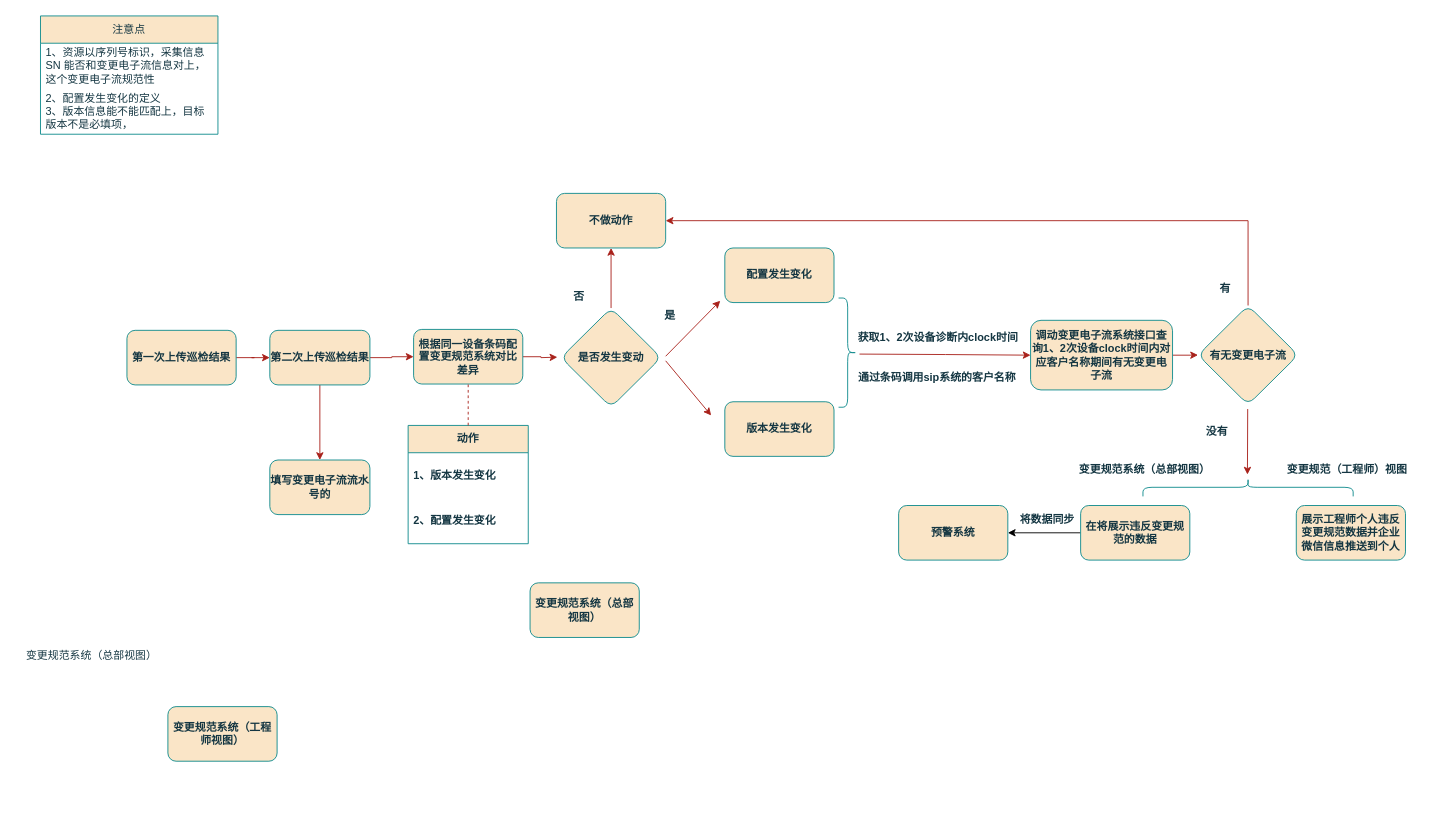
Above: page "规范检查系统" (6 of 9) of 未命名绘图.drawio in linglingoo/liucheng2 (draw.io), before the change. Source tidied: cells renumbered, new cells numbered last; positions are measured from the earlier drawing's top-left corner, leaving out a move shared by most shapes. Both pictures are drawn from the tidied source at 91%, with x=0, y=0 at pixel (15, 15).
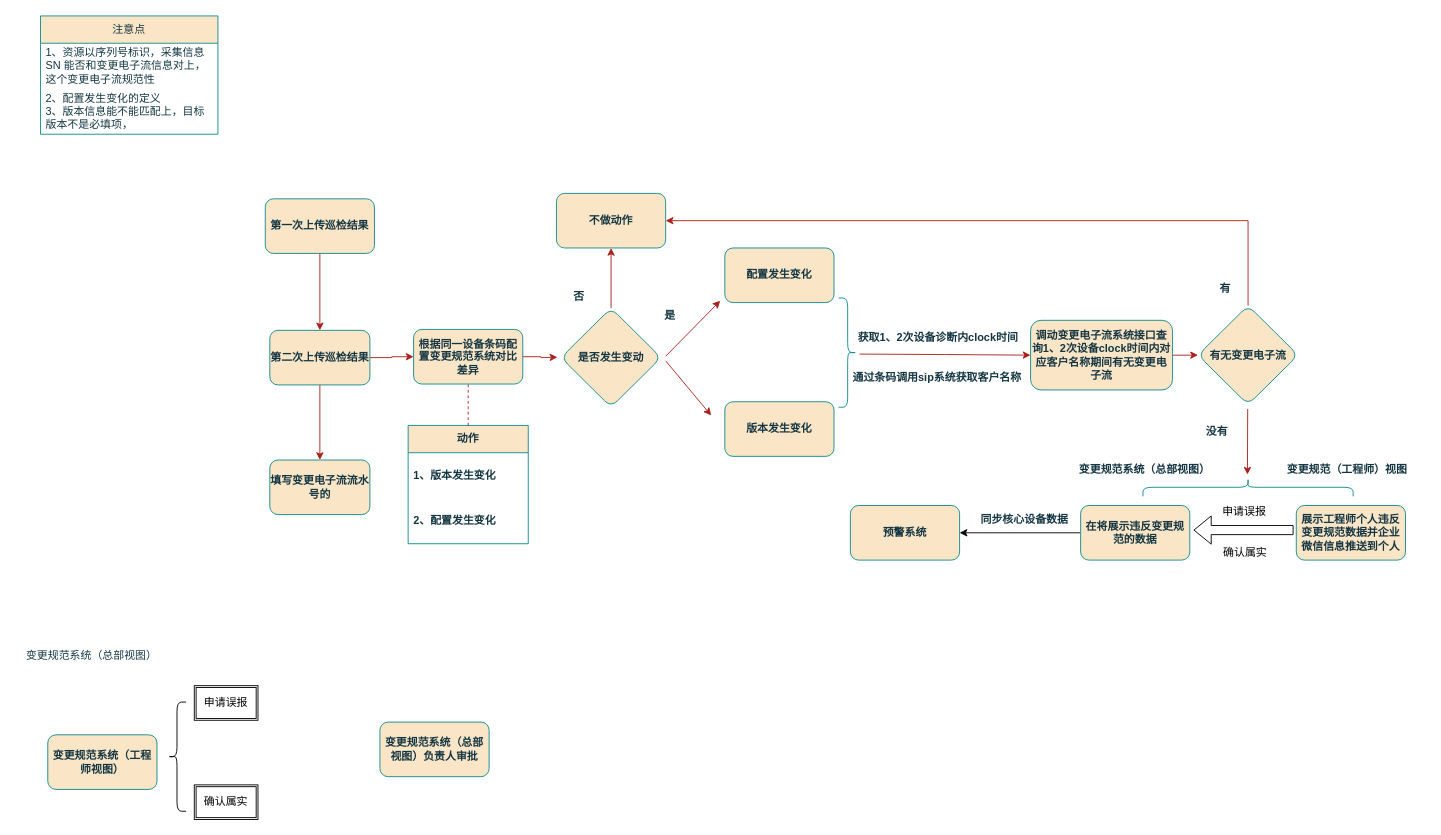
Above is the later version.

Commit message:
更新未命名绘图.drawio

Unchanged cells that the change refers to:
```xml
<mxCell id="6" value="第二次上传巡检结果" style="rounded=1;whiteSpace=wrap;html=1;fontStyle=1;labelBackgroundColor=none;fillColor=#FAE5C7;strokeColor=#0F8B8D;fontColor=#143642;" parent="1" vertex="1">
  <mxGeometry x="279" y="345.5" width="110" height="60" as="geometry" />
</mxCell>
```

What changed in the source:
```diff
@@
     <mxCell id="2" style="edgeStyle=orthogonalEdgeStyle;rounded=0;jettySize=auto;html=1;exitX=1;exitY=0.5;exitDx=0;exitDy=0;fontStyle=1;fontColor=default;labelBackgroundColor=none;strokeColor=#A8201A;" parent="1" edge="1" source="3" target="6">
-      <mxGeometry relative="1" as="geometry" />
+      <mxGeometry relative="1" as="geometry">
+        <Array as="points">
+          <mxPoint x="334" y="231" />
+        </Array>
+      </mxGeometry>
     </mxCell>
     <mxCell id="3" value="第一次上传巡检结果" style="rounded=1;whiteSpace=wrap;html=1;fontStyle=1;labelBackgroundColor=none;fillColor=#FAE5C7;strokeColor=#0F8B8D;fontColor=#143642;" parent="1" vertex="1">
-      <mxGeometry x="122" y="345.5" width="120" height="60" as="geometry" />
+      <mxGeometry x="274" y="201" width="120" height="60" as="geometry" />
     </mxCell>
@@
-    <mxCell id="34" value="通过条码调用sip系统的客户名称" style="text;html=1;align=center;verticalAlign=middle;fontStyle=1;labelBackgroundColor=none;fontColor=#143642;" parent="1" vertex="1">
-      <mxGeometry x="916" y="385" width="191" height="26" as="geometry" />
+    <mxCell id="34" value="通过条码调用sip系统获取客户名称" style="text;html=1;align=center;verticalAlign=middle;fontStyle=1;labelBackgroundColor=none;fontColor=#143642;" parent="1" vertex="1">
+      <mxGeometry x="910" y="385" width="203" height="26" as="geometry" />
     </mxCell>
@@
-    <mxCell id="44" value="变更规范系统（总部视图）" style="rounded=1;whiteSpace=wrap;html=1;fontStyle=1;labelBackgroundColor=none;fillColor=#FAE5C7;strokeColor=#0F8B8D;fontColor=#143642;" parent="1" vertex="1">
-      <mxGeometry x="565" y="623" width="120" height="60" as="geometry" />
+    <mxCell id="44" value="变更规范系统（总部视图）负责人审批" style="rounded=1;whiteSpace=wrap;html=1;fontStyle=1;labelBackgroundColor=none;fillColor=#FAE5C7;strokeColor=#0F8B8D;fontColor=#143642;" parent="1" vertex="1">
+      <mxGeometry x="400" y="776" width="120" height="60" as="geometry" />
     </mxCell>
     <mxCell id="45" value="变更规范系统（工程师视图）" style="rounded=1;whiteSpace=wrap;html=1;fontStyle=1;labelBackgroundColor=none;fillColor=#FAE5C7;strokeColor=#0F8B8D;fontColor=#143642;" parent="1" vertex="1">
-      <mxGeometry x="167" y="759" width="120" height="60" as="geometry" />
+      <mxGeometry x="35" y="790" width="120" height="60" as="geometry" />
     </mxCell>
     <mxCell id="46" value="预警系统" style="whiteSpace=wrap;html=1;fillColor=#FAE5C7;strokeColor=#0F8B8D;fontColor=#143642;rounded=1;fontStyle=1;labelBackgroundColor=none;" parent="1" vertex="1">
-      <mxGeometry x="970" y="538" width="120" height="60" as="geometry" />
+      <mxGeometry x="917" y="538" width="120" height="60" as="geometry" />
     </mxCell>
-    <mxCell id="47" value="将数据同步" style="text;html=1;align=center;verticalAlign=middle;fontStyle=1;labelBackgroundColor=none;fontColor=#143642;" parent="1" vertex="1">
-      <mxGeometry x="1094" y="541" width="78" height="26" as="geometry" />
+    <mxCell id="47" value="同步核心设备数据" style="text;html=1;align=center;verticalAlign=middle;fontStyle=1;labelBackgroundColor=none;fontColor=#143642;" parent="1" vertex="1">
+      <mxGeometry x="1051" y="541" width="114" height="26" as="geometry" />
     </mxCell>
+    <mxCell id="48" style="shape=curlyBracket;whiteSpace=wrap;html=1;rounded=1;labelPosition=left;verticalLabelPosition=middle;align=right;verticalAlign=middle;" parent="1" vertex="1">
+      <mxGeometry x="167" y="754" width="20" height="120" as="geometry" />
+    </mxCell>
+    <mxCell id="49" value="申请误报" style="shape=ext;double=1;rounded=0;whiteSpace=wrap;html=1;" parent="1" vertex="1">
+      <mxGeometry x="196" y="736" width="70" height="38" as="geometry" />
+    </mxCell>
+    <mxCell id="50" value="确认属实" style="shape=ext;double=1;rounded=0;whiteSpace=wrap;html=1;" parent="1" vertex="1">
+      <mxGeometry x="196" y="845" width="70" height="38" as="geometry" />
+    </mxCell>
+    <mxCell id="51" style="shape=flexArrow;endArrow=classic;html=1;rounded=0;" parent="1" edge="1">
+      <mxGeometry relative="1" as="geometry">
+        <mxPoint x="1404" y="565" as="sourcePoint" />
+        <mxPoint x="1294" y="565" as="targetPoint" />
+      </mxGeometry>
+    </mxCell>
+    <mxCell id="52" value="&lt;span style=&quot;color: rgb(0, 0, 0); font-family: Helvetica; font-size: 12px; font-style: normal; font-variant-ligatures: normal; font-variant-caps: normal; font-weight: 400; letter-spacing: normal; orphans: 2; text-align: center; text-indent: 0px; text-transform: none; widows: 2; word-spacing: 0px; -webkit-text-stroke-width: 0px; background-color: rgb(251, 251, 251); text-decoration-thickness: initial; text-decoration-style: initial; text-decoration-color: initial; float: none; display: inline !important;&quot;&gt;申请误报&lt;/span&gt;" style="text;whiteSpace=wrap;html=1;" parent="1" vertex="1">
+      <mxGeometry x="1324" y="531" width="54" height="24" as="geometry" />
+    </mxCell>
+    <mxCell id="53" value="&lt;span style=&quot;color: rgb(0, 0, 0); font-family: Helvetica; font-size: 12px; font-style: normal; font-variant-ligatures: normal; font-variant-caps: normal; font-weight: 400; letter-spacing: normal; orphans: 2; text-align: center; text-indent: 0px; text-transform: none; widows: 2; word-spacing: 0px; -webkit-text-stroke-width: 0px; background-color: rgb(251, 251, 251); text-decoration-thickness: initial; text-decoration-style: initial; text-decoration-color: initial; float: none; display: inline !important;&quot;&gt;确认属实&lt;/span&gt;" style="text;whiteSpace=wrap;html=1;" parent="1" vertex="1">
+      <mxGeometry x="1325" y="576" width="57.3" height="23.6" as="geometry" />
+    </mxCell>
```
